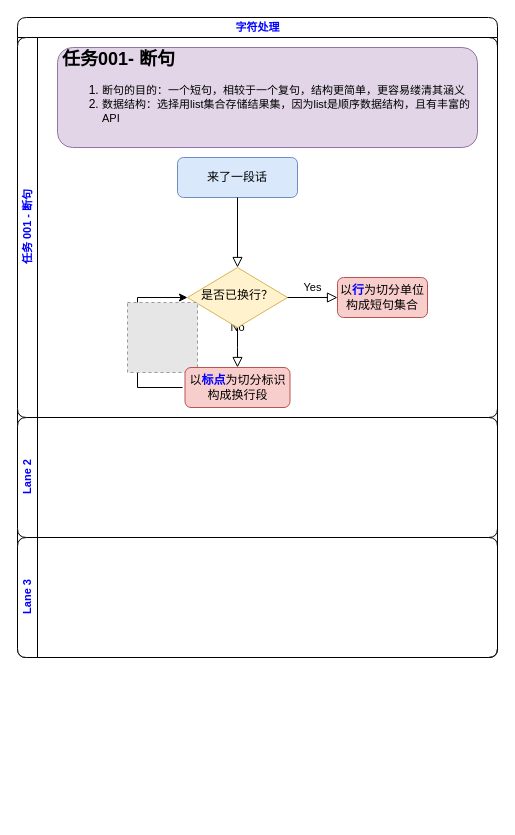
Earlier version of the draw.io diagram map/001.字符处理.drawio (ZYMDB/mindMap). Source tidied: cells renumbered, new cells numbered last; positions are measured from the earlier drawing's top-left corner, leaving out a move shared by most shapes. Both pictures are drawn from the tidied source at 100%, with x=0, y=0 at pixel (17, 17). Pictures stored in the file or linked from it are replaced by grey dashed boxes.
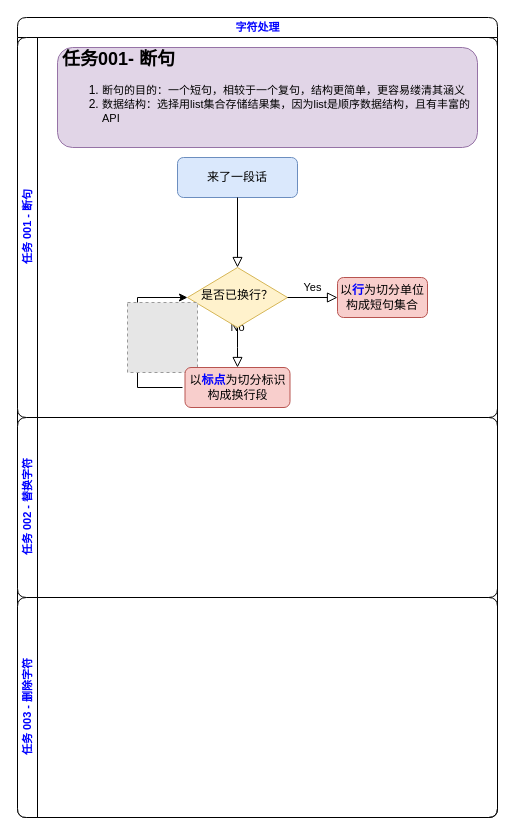
Above is the later version.

Commit message:
更新001.字符处理-任务分配

What changed in the source:
```diff
@@
 <mxGraphModel>
   <root>
     <mxCell id="0" />
     <mxCell id="1" parent="0" />
     <mxCell id="2" value="字符处理" style="swimlane;horizontal=1;startSize=20;html=1;rounded=1;shadow=0;glass=0;sketch=0;fontSize=11;fontColor=#0000FF;" parent="1" vertex="1">
-      <mxGeometry width="480" height="640" as="geometry" />
+      <mxGeometry width="480" height="800" as="geometry" />
     </mxCell>
     <mxCell id="3" value="任务 001 - 断句" style="swimlane;startSize=20;horizontal=0;html=1;rounded=1;shadow=0;glass=0;sketch=0;fontSize=11;fontColor=#0000FF;" parent="2" vertex="1">
       <mxGeometry y="20" width="480" height="380" as="geometry" />
     </mxCell>
     <mxCell id="4" value="&lt;h1 style=&quot;font-size: 18px;&quot;&gt;&lt;font style=&quot;font-size: 18px;&quot;&gt;任务001- 断句&lt;/font&gt;&lt;/h1&gt;&lt;div&gt;&lt;ol&gt;&lt;li&gt;&lt;font style=&quot;font-size: 11px;&quot;&gt;断句的目的：一个短句，相较于一个复句，结构更简单，更容易缕清其涵义&lt;/font&gt;&lt;/li&gt;&lt;li&gt;&lt;font style=&quot;font-size: 11px;&quot;&gt;数据结构：选择用list集合存储结果集，因为list是顺序数据结构，且有丰富的API&lt;/font&gt;&lt;/li&gt;&lt;/ol&gt;&lt;/div&gt;&lt;br&gt;&lt;br style=&quot;font-size: 18px;&quot;&gt;&lt;p&gt;&lt;/p&gt;" style="text;html=1;strokeColor=#9673a6;fillColor=#e1d5e7;spacing=5;spacingTop=-20;whiteSpace=wrap;overflow=hidden;rounded=1;glass=0;shadow=0;sketch=0;" parent="3" vertex="1">
       <mxGeometry x="40" y="10" width="420" height="100" as="geometry" />
     </mxCell>
     <mxCell id="5" value="来了一段话" style="rounded=1;whiteSpace=wrap;html=1;fontSize=12;glass=0;strokeWidth=1;shadow=0;fillColor=#dae8fc;strokeColor=#6c8ebf;" parent="3" vertex="1">
       <mxGeometry x="160" y="120" width="120" height="40" as="geometry" />
     </mxCell>
     <mxCell id="6" value="No" style="rounded=0;html=1;jettySize=auto;fontSize=11;endArrow=block;endFill=0;endSize=8;strokeWidth=1;shadow=0;labelBackgroundColor=none;edgeStyle=orthogonalEdgeStyle;" parent="3" edge="1" source="7">
       <mxGeometry y="20" relative="1" as="geometry">
         <mxPoint x="220" y="330" as="targetPoint" />
       </mxGeometry>
     </mxCell>
     <mxCell id="7" value="是否已换行？" style="rhombus;whiteSpace=wrap;html=1;shadow=0;fontFamily=Helvetica;fontSize=12;align=center;strokeWidth=1;spacing=6;spacingTop=-4;fillColor=#fff2cc;strokeColor=#d6b656;" parent="3" vertex="1">
       <mxGeometry x="170" y="230" width="100" height="60" as="geometry" />
     </mxCell>
     <mxCell id="8" style="rounded=0;html=1;jettySize=auto;fontSize=11;endArrow=block;endFill=0;endSize=8;strokeWidth=1;shadow=0;labelBackgroundColor=none;edgeStyle=orthogonalEdgeStyle;" parent="3" edge="1" source="5" target="7">
       <mxGeometry relative="1" as="geometry" />
     </mxCell>
     <mxCell id="9" value="以&lt;font color=&quot;#0000ff&quot;&gt;&lt;b&gt;行&lt;/b&gt;&lt;/font&gt;为切分单位构成短句集合" style="rounded=1;whiteSpace=wrap;html=1;fontSize=12;glass=0;strokeWidth=1;shadow=0;fillColor=#f8cecc;strokeColor=#b85450;" parent="3" vertex="1">
       <mxGeometry x="320" y="240" width="90" height="40" as="geometry" />
     </mxCell>
     <mxCell id="10" value="Yes" style="edgeStyle=orthogonalEdgeStyle;rounded=0;html=1;jettySize=auto;fontSize=11;endArrow=block;endFill=0;endSize=8;strokeWidth=1;shadow=0;labelBackgroundColor=none;" parent="3" edge="1" source="7" target="9">
       <mxGeometry y="10" relative="1" as="geometry" />
     </mxCell>
     <mxCell id="11" style="endArrow=classic;html=1;rounded=0;exitX=0;exitY=0.5;exitDx=0;exitDy=0;entryX=0;entryY=0.5;entryDx=0;entryDy=0;" parent="3" edge="1" target="7">
       <mxGeometry relative="1" as="geometry">
         <mxPoint x="165" y="350" as="sourcePoint" />
         <Array as="points">
           <mxPoint x="120" y="350" />
           <mxPoint x="120" y="260" />
         </Array>
       </mxGeometry>
     </mxCell>
     <mxCell id="12" style="fillColor=#E6E6E6;strokeColor=#999999;dashed=1;html=1;verticalAlign=top;verticalLabelPosition=bottom;labelBackgroundColor=#ffffff;fontSize=11;fontColor=#0000FF;" parent="3" vertex="1">
       <mxGeometry x="110" y="265" width="70" height="70" as="geometry" />
     </mxCell>
     <mxCell id="13" value="以&lt;b&gt;&lt;font color=&quot;#0000ff&quot;&gt;标点&lt;/font&gt;&lt;/b&gt;为切分标识构成换行段" style="rounded=1;whiteSpace=wrap;html=1;fontSize=12;glass=0;strokeWidth=1;shadow=0;fillColor=#f8cecc;strokeColor=#b85450;" parent="3" vertex="1">
       <mxGeometry x="167.5" y="330" width="105" height="40" as="geometry" />
     </mxCell>
-    <mxCell id="14" value="Lane 2" style="swimlane;startSize=20;horizontal=0;html=1;rounded=1;shadow=0;glass=0;sketch=0;fontSize=11;fontColor=#0000FF;" parent="2" vertex="1">
-      <mxGeometry y="400" width="480" height="120" as="geometry" />
+    <mxCell id="14" value="任务 002 - 替换字符" style="swimlane;startSize=20;horizontal=0;html=1;rounded=1;shadow=0;glass=0;sketch=0;fontSize=11;fontColor=#0000FF;" parent="2" vertex="1">
+      <mxGeometry y="400" width="480" height="180" as="geometry" />
     </mxCell>
-    <mxCell id="15" value="Lane 3" style="swimlane;startSize=20;horizontal=0;html=1;rounded=1;shadow=0;glass=0;sketch=0;fontSize=11;fontColor=#0000FF;" parent="2" vertex="1">
-      <mxGeometry y="520" width="480" height="120" as="geometry" />
+    <mxCell id="15" value="任务 003 - 删除字符" style="swimlane;startSize=20;horizontal=0;html=1;rounded=1;shadow=0;glass=0;sketch=0;fontSize=11;fontColor=#0000FF;" parent="2" vertex="1">
+      <mxGeometry y="580" width="480" height="220" as="geometry" />
     </mxCell>
   </root>
 </mxGraphModel>
```
